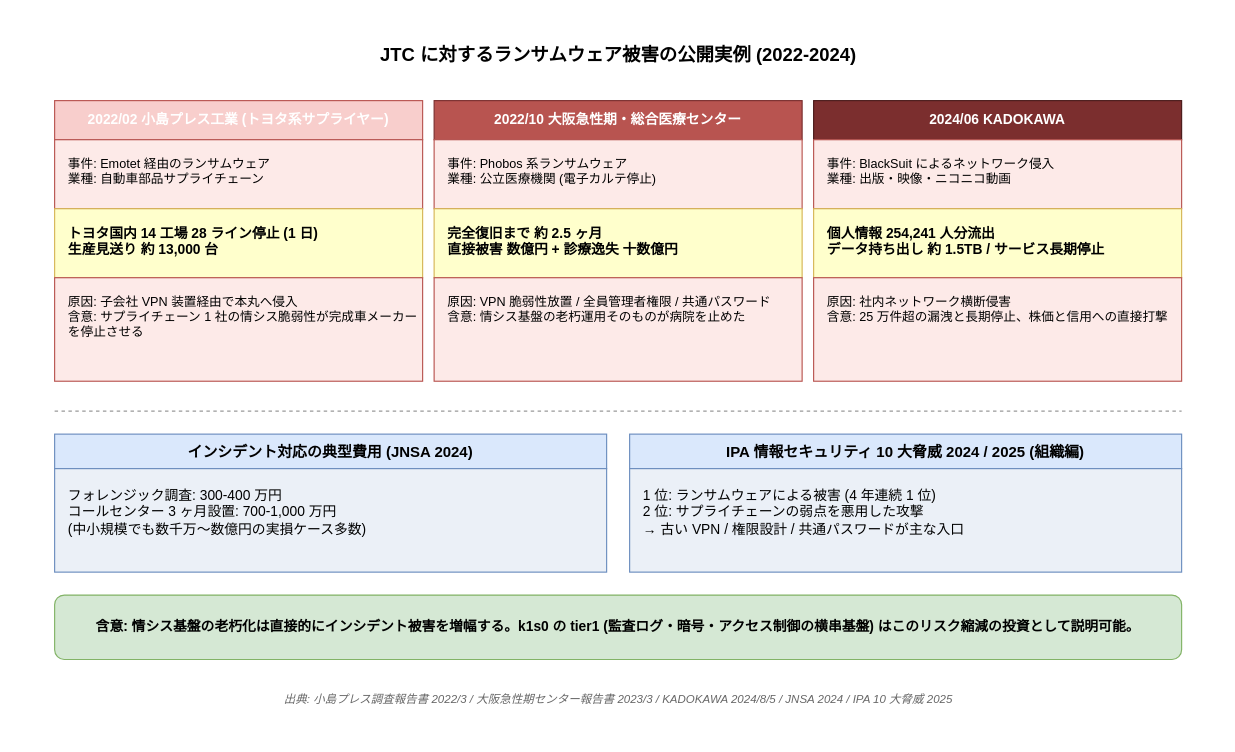
Earlier version of the draw.io diagram docs/01_企画/01_背景と目的/img/セキュリティ被害規模比較.drawio (RyuheiKiso/k1s0). Source tidied: cells renumbered, new cells numbered last; positions are measured from the earlier drawing's top-left corner, leaving out a move shared by most shapes. Both pictures are drawn from the tidied source at 115%, with x=0, y=0 at pixel (20, 20).
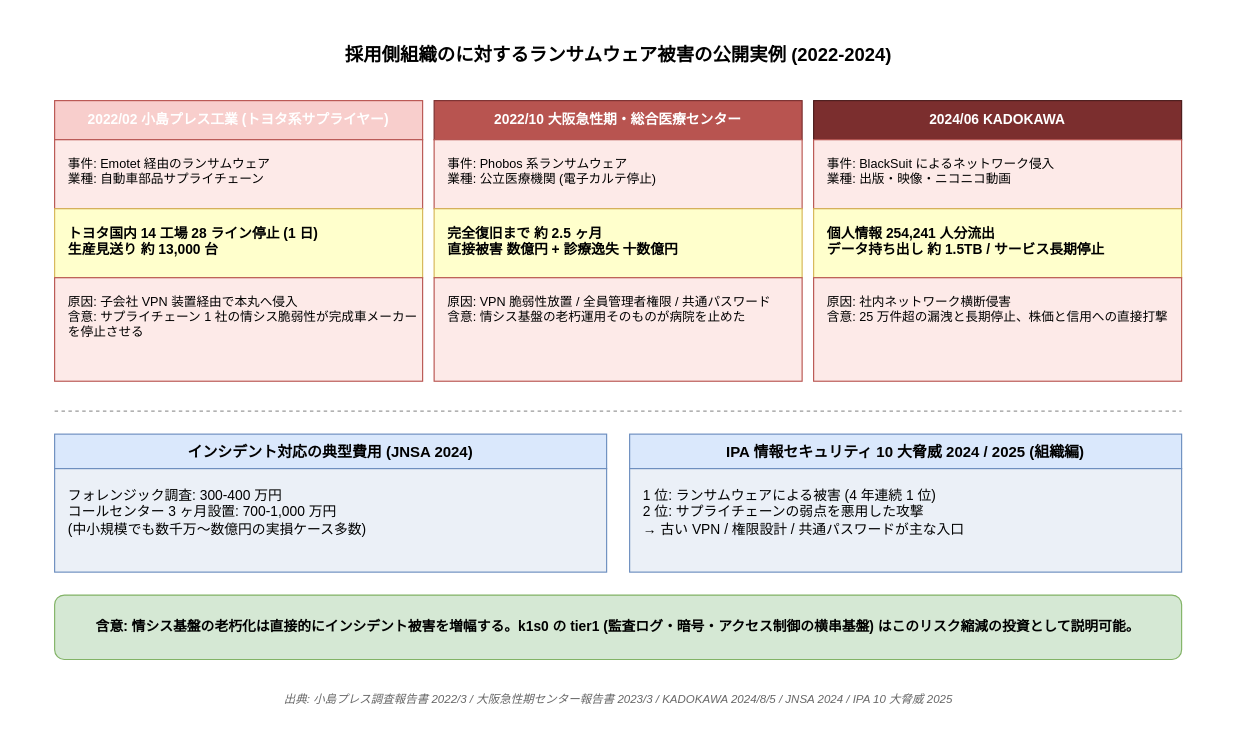
After the change.

Change to the diagram source:
```diff
@@
-    <mxCell id="3" value="JTC に対するランサムウェア被害の公開実例 (2022-2024)" style="text;html=1;strokeColor=none;fillColor=none;align=center;verticalAlign=middle;fontSize=16;fontStyle=1;" parent="1" vertex="1">
+    <mxCell id="3" value="採用側組織のに対するランサムウェア被害の公開実例 (2022-2024)" style="text;html=1;strokeColor=none;fillColor=none;align=center;verticalAlign=middle;fontSize=16;fontStyle=1;" parent="1" vertex="1">
       <mxGeometry y="16" width="1040" height="28" as="geometry" />
     </mxCell>
```
